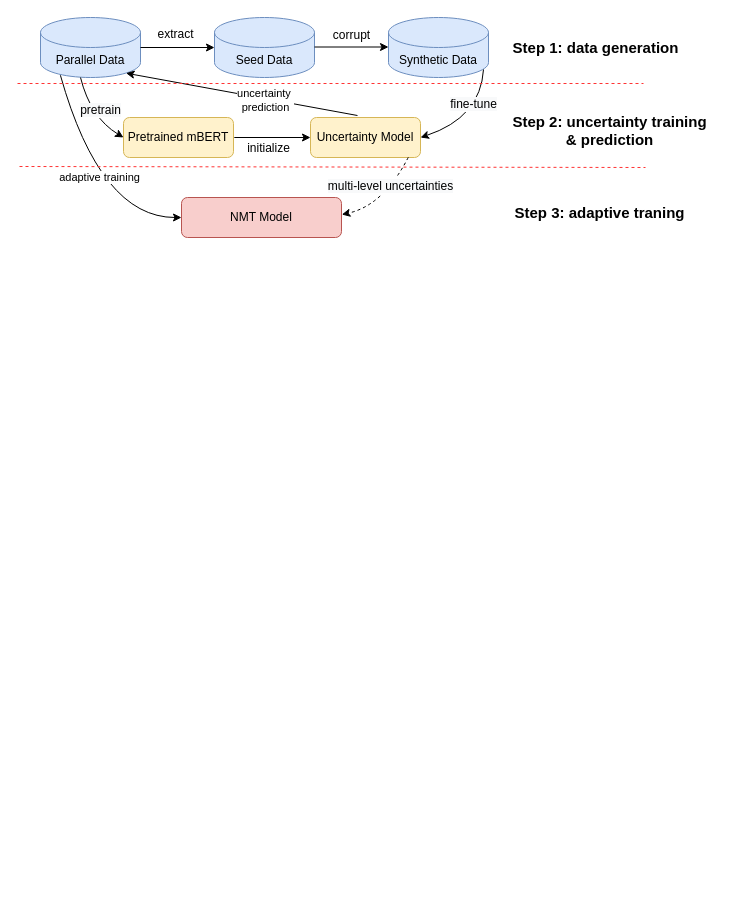
This is uncertaintyNMT.drawio from lizezhonglaile/drawio, a draw.io file, before an edit. Source tidied: cells renumbered, new cells numbered last; positions are measured from the earlier drawing's top-left corner, leaving out a move shared by most shapes. Both pictures are drawn from the tidied source at 100%, with x=0, y=0 at pixel (17, 17).
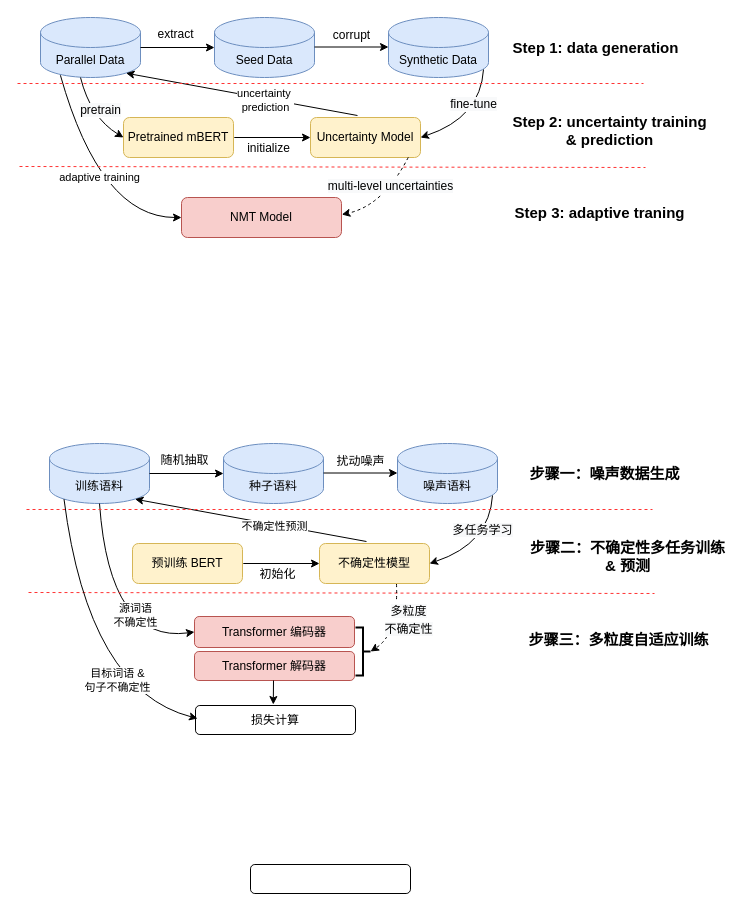
After the change.

The edit, as a diff of the source:
```diff
@@
+    <mxCell id="29" value="训练语料" style="shape=cylinder3;whiteSpace=wrap;html=1;boundedLbl=1;backgroundOutline=1;size=15;fillColor=#dae8fc;strokeColor=#6c8ebf;" parent="1" vertex="1">
+      <mxGeometry x="32" y="426" width="100" height="60" as="geometry" />
+    </mxCell>
+    <mxCell id="30" value="种子语料" style="shape=cylinder3;whiteSpace=wrap;html=1;boundedLbl=1;backgroundOutline=1;size=15;fillColor=#dae8fc;strokeColor=#6c8ebf;" parent="1" vertex="1">
+      <mxGeometry x="206" y="426" width="100" height="60" as="geometry" />
+    </mxCell>
+    <mxCell id="31" value="噪声语料" style="shape=cylinder3;whiteSpace=wrap;html=1;boundedLbl=1;backgroundOutline=1;size=15;fillColor=#dae8fc;strokeColor=#6c8ebf;" parent="1" vertex="1">
+      <mxGeometry x="380" y="426" width="100" height="60" as="geometry" />
+    </mxCell>
+    <mxCell id="32" value="预训练 BERT" style="rounded=1;whiteSpace=wrap;html=1;fillColor=#fff2cc;strokeColor=#d6b656;" parent="1" vertex="1">
+      <mxGeometry x="115" y="526" width="110" height="40" as="geometry" />
+    </mxCell>
+    <mxCell id="33" value="Transformer 编码器" style="rounded=1;whiteSpace=wrap;html=1;fillColor=#f8cecc;strokeColor=#b85450;" parent="1" vertex="1">
+      <mxGeometry x="177" y="599" width="160" height="31" as="geometry" />
+    </mxCell>
+    <mxCell id="34" value="不确定性模型" style="rounded=1;whiteSpace=wrap;html=1;fillColor=#fff2cc;strokeColor=#d6b656;" parent="1" vertex="1">
+      <mxGeometry x="302" y="526" width="110" height="40" as="geometry" />
+    </mxCell>
+    <mxCell id="35" style="endArrow=classic;html=1;rounded=0;exitX=1;exitY=0.5;exitDx=0;exitDy=0;exitPerimeter=0;entryX=0;entryY=0.5;entryDx=0;entryDy=0;entryPerimeter=0;" parent="1" edge="1" source="29" target="30">
+      <mxGeometry relative="1" as="geometry" />
+    </mxCell>
+    <mxCell id="36" style="endArrow=classic;html=1;rounded=0;exitX=1;exitY=0.5;exitDx=0;exitDy=0;exitPerimeter=0;entryX=0;entryY=0.5;entryDx=0;entryDy=0;entryPerimeter=0;" parent="1" edge="1">
+      <mxGeometry relative="1" as="geometry">
+        <mxPoint x="306" y="455.5" as="sourcePoint" />
+        <mxPoint x="380" y="455.5" as="targetPoint" />
+      </mxGeometry>
+    </mxCell>
+    <mxCell id="37" style="endArrow=classic;html=1;rounded=0;exitX=0.5;exitY=1;exitDx=0;exitDy=0;exitPerimeter=0;entryX=0;entryY=0.5;entryDx=0;entryDy=0;" parent="1" edge="1" target="34">
+      <mxGeometry relative="1" as="geometry">
+        <mxPoint x="225.8" y="546" as="sourcePoint" />
+      </mxGeometry>
+    </mxCell>
+    <mxCell id="38" style="curved=1;endArrow=classic;html=1;rounded=0;entryX=0;entryY=0.5;entryDx=0;entryDy=0;exitX=0.5;exitY=1;exitDx=0;exitDy=0;exitPerimeter=0;" parent="1" edge="1" source="29" target="33">
+      <mxGeometry relative="1" as="geometry">
+        <Array as="points">
+          <mxPoint x="92" y="626" />
+        </Array>
+      </mxGeometry>
+    </mxCell>
+    <mxCell id="39" value="源词语&lt;br&gt;不确定性" style="edgeLabel;html=1;align=center;verticalAlign=middle;" parent="38" vertex="1">
+      <mxGeometry x="-0.18" y="14" relative="1" as="geometry">
+        <mxPoint x="15" y="20" as="offset" />
+      </mxGeometry>
+    </mxCell>
+    <mxCell id="40" style="curved=1;endArrow=classic;html=1;rounded=0;entryX=1;entryY=0.5;entryDx=0;entryDy=0;exitX=0.95;exitY=0.867;exitDx=0;exitDy=0;exitPerimeter=0;" parent="1" edge="1" source="31" target="34">
+      <mxGeometry relative="1" as="geometry">
+        <Array as="points">
+          <mxPoint x="472" y="526" />
+        </Array>
+      </mxGeometry>
+    </mxCell>
+    <mxCell id="41" value="&lt;span style=&quot;font-size: 12px; background-color: rgb(248, 249, 250);&quot;&gt;多任务学习&lt;/span&gt;" style="edgeLabel;html=1;align=center;verticalAlign=middle;" parent="40" vertex="1">
+      <mxGeometry x="-0.37" y="-8" relative="1" as="geometry" />
+    </mxCell>
+    <mxCell id="42" style="endArrow=classic;html=1;rounded=0;exitX=0.427;exitY=-0.05;exitDx=0;exitDy=0;exitPerimeter=0;entryX=0.855;entryY=1;entryDx=0;entryDy=-4.35;entryPerimeter=0;" parent="1" edge="1" source="34" target="29">
+      <mxGeometry relative="1" as="geometry" />
+    </mxCell>
+    <mxCell id="43" value="不确定性预测" style="edgeLabel;html=1;align=center;verticalAlign=middle;" parent="42" vertex="1">
+      <mxGeometry x="0.07" y="-1" relative="1" as="geometry">
+        <mxPoint x="31" y="8" as="offset" />
+      </mxGeometry>
+    </mxCell>
+    <mxCell id="44" value="随机抽取" style="text;html=1;align=center;verticalAlign=middle;strokeColor=none;fillColor=none;" parent="1" vertex="1">
+      <mxGeometry x="134" y="430" width="66" height="26" as="geometry" />
+    </mxCell>
+    <mxCell id="45" value="扰动噪声" style="text;html=1;align=center;verticalAlign=middle;strokeColor=none;fillColor=none;" parent="1" vertex="1">
+      <mxGeometry x="310" y="431" width="66" height="26" as="geometry" />
+    </mxCell>
+    <mxCell id="46" value="初始化" style="text;html=1;align=center;verticalAlign=middle;strokeColor=none;fillColor=none;" parent="1" vertex="1">
+      <mxGeometry x="233" y="544" width="54" height="26" as="geometry" />
+    </mxCell>
+    <mxCell id="47" style="endArrow=none;html=1;rounded=0;dashed=1;strokeColor=#FF3333;" parent="1" edge="1">
+      <mxGeometry relative="1" as="geometry">
+        <mxPoint x="9" y="492" as="sourcePoint" />
+        <mxPoint x="635" y="492" as="targetPoint" />
+      </mxGeometry>
+    </mxCell>
+    <mxCell id="48" style="endArrow=none;html=1;rounded=0;dashed=1;strokeColor=#FF3333;" parent="1" edge="1">
+      <mxGeometry relative="1" as="geometry">
+        <mxPoint x="11" y="575" as="sourcePoint" />
+        <mxPoint x="637" y="576" as="targetPoint" />
+      </mxGeometry>
+    </mxCell>
+    <mxCell id="49" value="&lt;b&gt;&lt;font style=&quot;font-size: 15px;&quot;&gt;步骤一：噪声数据生成&lt;/font&gt;&lt;/b&gt;" style="text;html=1;align=center;verticalAlign=middle;strokeColor=none;fillColor=none;" parent="1" vertex="1">
+      <mxGeometry x="503" y="441" width="168" height="30" as="geometry" />
+    </mxCell>
+    <mxCell id="50" value="&lt;b&gt;&lt;font style=&quot;font-size: 15px;&quot;&gt;步骤二：不确定性多任务训练&lt;br&gt;&amp;amp; 预测&lt;br&gt;&lt;/font&gt;&lt;/b&gt;" style="text;html=1;align=center;verticalAlign=middle;strokeColor=none;fillColor=none;" parent="1" vertex="1">
+      <mxGeometry x="503" y="515" width="213" height="48" as="geometry" />
+    </mxCell>
+    <mxCell id="51" value="&lt;b&gt;&lt;font style=&quot;font-size: 15px;&quot;&gt;步骤三：多粒度自适应训练&lt;/font&gt;&lt;/b&gt;" style="text;html=1;align=center;verticalAlign=middle;strokeColor=none;fillColor=none;" parent="1" vertex="1">
+      <mxGeometry x="502" y="607" width="198" height="30" as="geometry" />
+    </mxCell>
+    <mxCell id="52" style="curved=1;endArrow=classic;html=1;rounded=0;exitX=0.7;exitY=1.013;exitDx=0;exitDy=0;dashed=1;entryX=0;entryY=0.5;entryDx=0;entryDy=0;entryPerimeter=0;exitPerimeter=0;" parent="1" edge="1" source="34" target="60">
+      <mxGeometry relative="1" as="geometry">
+        <Array as="points">
+          <mxPoint x="381" y="616" />
+        </Array>
+      </mxGeometry>
+    </mxCell>
+    <mxCell id="53" value="&lt;span style=&quot;font-size: 12px; background-color: rgb(248, 249, 250);&quot;&gt;多粒度&lt;br&gt;不确定性&lt;/span&gt;" style="edgeLabel;html=1;align=center;verticalAlign=middle;fontSize=15;spacing=1;" parent="52" vertex="1">
+      <mxGeometry x="-0.28" y="-3" relative="1" as="geometry">
+        <mxPoint x="13" y="4" as="offset" />
+      </mxGeometry>
+    </mxCell>
+    <mxCell id="54" value="Transformer 解码器" style="rounded=1;whiteSpace=wrap;html=1;fillColor=#f8cecc;strokeColor=#b85450;" parent="1" vertex="1">
+      <mxGeometry x="177" y="634" width="160" height="29" as="geometry" />
+    </mxCell>
+    <mxCell id="55" style="endArrow=classic;html=1;rounded=0;" parent="1" edge="1">
+      <mxGeometry relative="1" as="geometry">
+        <mxPoint x="256" y="663" as="sourcePoint" />
+        <mxPoint x="255.8" y="687" as="targetPoint" />
+      </mxGeometry>
+    </mxCell>
+    <mxCell id="56" value="损失计算" style="rounded=1;whiteSpace=wrap;html=1;" parent="1" vertex="1">
+      <mxGeometry x="178" y="688" width="160" height="29" as="geometry" />
+    </mxCell>
+    <mxCell id="57" style="curved=1;endArrow=classic;html=1;rounded=0;exitX=0.145;exitY=1;exitDx=0;exitDy=-4.35;exitPerimeter=0;entryX=0.013;entryY=0.448;entryDx=0;entryDy=0;entryPerimeter=0;" parent="1" edge="1" source="29" target="56">
+      <mxGeometry relative="1" as="geometry">
+        <Array as="points">
+          <mxPoint x="71" y="673" />
+        </Array>
+      </mxGeometry>
+    </mxCell>
+    <mxCell id="58" value="目标词语 &amp;amp;&lt;br&gt;句子不确定性" style="edgeLabel;html=1;align=center;verticalAlign=middle;" parent="57" vertex="1">
+      <mxGeometry x="-0.18" y="14" relative="1" as="geometry">
+        <mxPoint x="23" y="59" as="offset" />
+      </mxGeometry>
+    </mxCell>
+    <mxCell id="59" style="rounded=1;whiteSpace=wrap;html=1;" parent="1" vertex="1">
+      <mxGeometry x="233" y="847" width="160" height="29" as="geometry" />
+    </mxCell>
+    <mxCell id="60" style="strokeWidth=2;html=1;shape=mxgraph.flowchart.annotation_2;align=left;labelPosition=right;rotation=-180;" parent="1" vertex="1">
+      <mxGeometry x="338" y="610" width="15" height="48" as="geometry" />
+    </mxCell>
```
